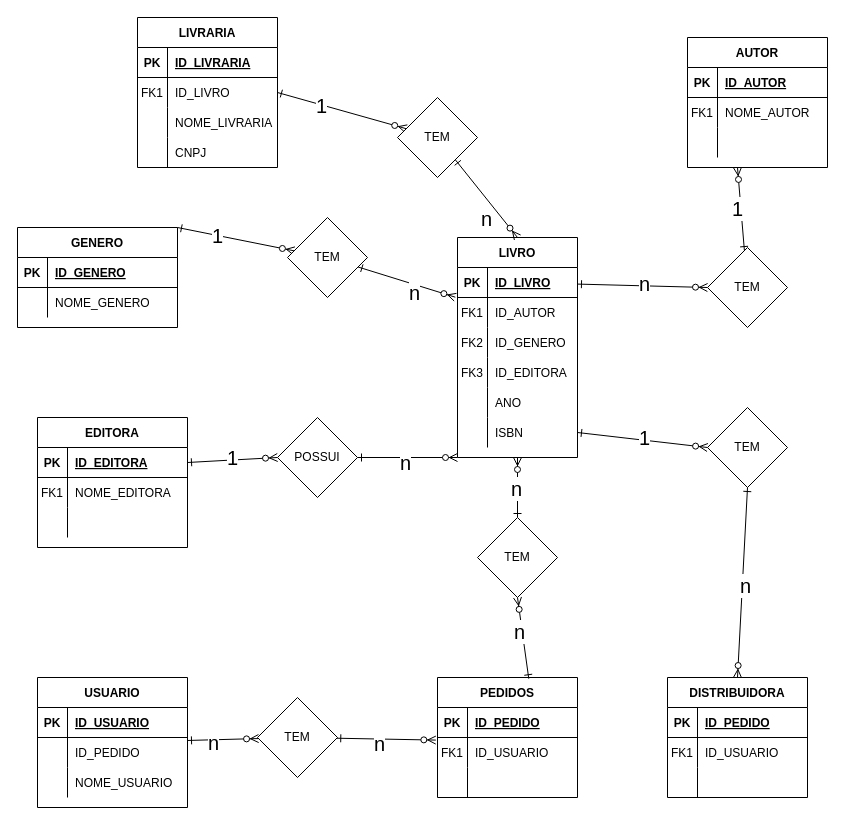
Earlier version of the draw.io diagram aula_2_dbr.drawio (adrianopspadilha/BDR-W). Source tidied: cells renumbered, new cells numbered last; positions are measured from the earlier drawing's top-left corner, leaving out a move shared by most shapes. Both pictures are drawn from the tidied source at 100%, with x=0, y=0 at pixel (17, 17).
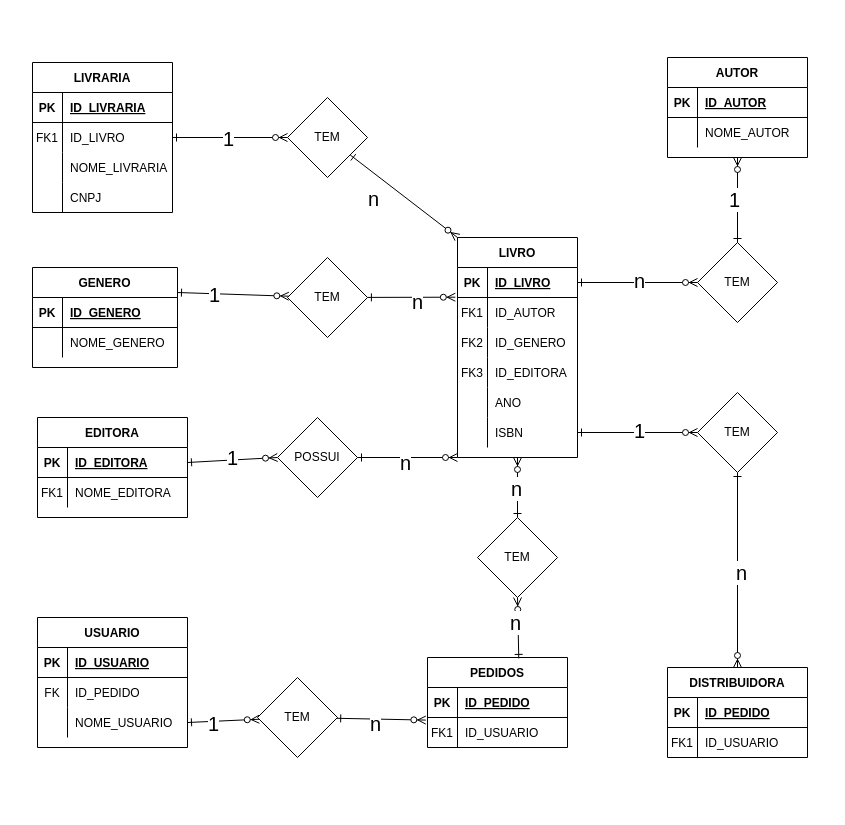
Above is the later version.

Unchanged cells that the change refers to:
```xml
<mxCell id="6" value="LIVRO" style="shape=table;startSize=30;childLayout=tableLayout;rowLines=0;fontStyle=1;align=center;" parent="1" vertex="1">
  <mxGeometry x="440" y="220" width="120" height="220" as="geometry" />
</mxCell>
<mxCell id="29" style="shape=partialRectangle;fillColor=none;top=0;left=0;right=0;bottom=0;" parent="25" vertex="1">
  <mxGeometry y="60" width="140" height="30" as="geometry" />
</mxCell>
<mxCell id="70" style="shape=partialRectangle;fillColor=none;top=0;left=0;right=0;bottom=0;" parent="66" vertex="1">
  <mxGeometry y="60" width="150" height="30" as="geometry" />
</mxCell>
<mxCell id="73" style="shape=partialRectangle;fillColor=none;points=[[0,0.5],[1,0.5]];portConstraint=eastwest;top=0;left=0;right=0;bottom=0;" parent="66" vertex="1">
  <mxGeometry y="90" width="150" height="30" as="geometry" />
</mxCell>
<mxCell id="119" style="endArrow=ERzeroToMany;startArrow=ERone;endFill=1;startFill=0;exitX=1;exitY=0.5;exitDx=0;exitDy=0;" parent="1" edge="1" source="98" target="121">
  <mxGeometry relative="1" as="geometry" />
</mxCell>
```

What changed in the source:
```diff
@@
-    <mxCell id="4" style="endArrow=ERzeroToMany;startArrow=ERone;endFill=1;startFill=0;" parent="1" edge="1" source="83">
-      <mxGeometry relative="1" as="geometry">
-        <mxPoint x="720" y="150" as="targetPoint" />
-      </mxGeometry>
+    <mxCell id="4" style="endArrow=ERzeroToMany;startArrow=ERone;endFill=1;startFill=0;entryX=0.5;entryY=1;entryDx=0;entryDy=0;" parent="1" edge="1" source="83" target="25">
+      <mxGeometry relative="1" as="geometry" />
     </mxCell>
@@
     <mxCell id="25" value="AUTOR" style="shape=table;startSize=30;childLayout=tableLayout;rowLines=0;fontStyle=1;align=center;" parent="1" vertex="1">
-      <mxGeometry x="670" y="20" width="140" height="130" as="geometry" />
+      <mxGeometry x="650" y="40" width="140" height="100" as="geometry" />
     </mxCell>
@@
-    <mxCell id="30" value="FK1" style="shape=partialRectangle;overflow=hidden;fillColor=none;top=0;left=0;bottom=0;right=0;" parent="29" vertex="1">
+    <mxCell id="30" style="shape=partialRectangle;overflow=hidden;fillColor=none;top=0;left=0;bottom=0;right=0;" parent="29" vertex="1">
       <mxGeometry width="30" height="30" as="geometry" />
     </mxCell>
@@
-    <mxCell id="32" style="shape=partialRectangle;fillColor=none;top=0;left=0;right=0;bottom=0;" parent="25" vertex="1">
-      <mxGeometry y="90" width="140" height="30" as="geometry" />
-    </mxCell>
-    <mxCell id="33" style="shape=partialRectangle;overflow=hidden;fillColor=none;top=0;left=0;bottom=0;right=0;" parent="32" vertex="1">
-      <mxGeometry width="30" height="30" as="geometry" />
-    </mxCell>
-    <mxCell id="34" style="shape=partialRectangle;overflow=hidden;fillColor=none;top=0;left=0;bottom=0;right=0;align=left;spacingLeft=6;" parent="32" vertex="1">
-      <mxGeometry x="30" width="110" height="30" as="geometry" />
-    </mxCell>
     <mxCell id="35" value="GENERO" style="shape=table;startSize=30;childLayout=tableLayout;rowLines=0;fontStyle=1;align=center;" parent="1" vertex="1">
-      <mxGeometry y="210" width="160" height="100" as="geometry" />
+      <mxGeometry x="15" y="250" width="145" height="100" as="geometry" />
     </mxCell>
     <mxCell id="36" style="shape=partialRectangle;fillColor=none;top=0;left=0;right=0;bottom=1;" parent="35" vertex="1">
-      <mxGeometry y="30" width="160" height="30" as="geometry" />
+      <mxGeometry y="30" width="145" height="30" as="geometry" />
     </mxCell>
@@
     <mxCell id="38" value="ID_GENERO" style="shape=partialRectangle;overflow=hidden;fillColor=none;top=0;left=0;bottom=0;right=0;align=left;spacingLeft=6;fontStyle=5;" parent="36" vertex="1">
-      <mxGeometry x="30" width="130" height="30" as="geometry" />
+      <mxGeometry x="30" width="115" height="30" as="geometry" />
     </mxCell>
     <mxCell id="39" style="shape=partialRectangle;fillColor=none;top=0;left=0;right=0;bottom=0;" parent="35" vertex="1">
-      <mxGeometry y="60" width="160" height="30" as="geometry" />
+      <mxGeometry y="60" width="145" height="30" as="geometry" />
     </mxCell>
@@
     <mxCell id="41" value="NOME_GENERO" style="shape=partialRectangle;overflow=hidden;fillColor=none;top=0;left=0;bottom=0;right=0;align=left;spacingLeft=6;" parent="39" vertex="1">
-      <mxGeometry x="30" width="130" height="30" as="geometry" />
+      <mxGeometry x="30" width="115" height="30" as="geometry" />
     </mxCell>
     <mxCell id="42" value="EDITORA" style="shape=table;startSize=30;childLayout=tableLayout;rowLines=0;fontStyle=1;align=center;" parent="1" vertex="1">
-      <mxGeometry x="20" y="400" width="150" height="130" as="geometry" />
+      <mxGeometry x="20" y="400" width="150" height="100" as="geometry" />
     </mxCell>
@@
-    <mxCell id="49" style="shape=partialRectangle;fillColor=none;top=0;left=0;right=0;bottom=0;" parent="42" vertex="1">
-      <mxGeometry y="90" width="150" height="30" as="geometry" />
-    </mxCell>
-    <mxCell id="50" style="shape=partialRectangle;overflow=hidden;fillColor=none;top=0;left=0;bottom=0;right=0;" parent="49" vertex="1">
-      <mxGeometry width="30" height="30" as="geometry" />
-    </mxCell>
-    <mxCell id="51" style="shape=partialRectangle;overflow=hidden;fillColor=none;top=0;left=0;bottom=0;right=0;align=left;spacingLeft=6;" parent="49" vertex="1">
-      <mxGeometry x="30" width="120" height="30" as="geometry" />
-    </mxCell>
     <mxCell id="52" value="PEDIDOS" style="shape=table;startSize=30;childLayout=tableLayout;rowLines=0;fontStyle=1;align=center;" parent="1" vertex="1">
-      <mxGeometry x="420" y="660" width="140" height="120" as="geometry" />
+      <mxGeometry x="410" y="640" width="140" height="90" as="geometry" />
     </mxCell>
@@
-    <mxCell id="59" style="shape=partialRectangle;fillColor=none;top=0;left=0;right=0;bottom=0;" parent="52" vertex="1">
-      <mxGeometry y="90" width="140" height="30" as="geometry" />
-    </mxCell>
-    <mxCell id="60" style="shape=partialRectangle;overflow=hidden;fillColor=none;top=0;left=0;bottom=0;right=0;" parent="59" vertex="1">
-      <mxGeometry width="30" height="30" as="geometry" />
-    </mxCell>
-    <mxCell id="61" style="shape=partialRectangle;overflow=hidden;fillColor=none;top=0;left=0;bottom=0;right=0;align=left;spacingLeft=6;" parent="59" vertex="1">
-      <mxGeometry x="30" width="110" height="30" as="geometry" />
-    </mxCell>
@@
     <mxCell id="66" value="USUARIO" style="shape=table;startSize=30;childLayout=tableLayout;rowLines=0;fontStyle=1;align=center;" parent="1" vertex="1">
-      <mxGeometry x="20" y="660" width="150" height="130" as="geometry" />
+      <mxGeometry x="20" y="600" width="150" height="130" as="geometry" />
     </mxCell>
@@
-    <mxCell id="71" style="shape=partialRectangle;overflow=hidden;fillColor=none;top=0;left=0;bottom=0;right=0;" parent="70" vertex="1">
+    <mxCell id="71" value="FK" style="shape=partialRectangle;overflow=hidden;fillColor=none;top=0;left=0;bottom=0;right=0;" parent="70" vertex="1">
       <mxGeometry width="30" height="30" as="geometry" />
     </mxCell>
@@
-    <mxCell id="78" style="endArrow=ERzeroToMany;startArrow=ERone;endFill=1;startFill=0;exitX=1;exitY=0;exitDx=0;exitDy=0;" parent="1" edge="1" source="35" target="80">
+    <mxCell id="78" style="endArrow=ERzeroToMany;startArrow=ERone;endFill=1;startFill=0;exitX=1;exitY=0.25;exitDx=0;exitDy=0;" parent="1" edge="1" source="35" target="80">
       <mxGeometry relative="1" as="geometry" />
     </mxCell>
@@
     <mxCell id="80" value="TEM" style="rhombus;whiteSpace=wrap;html=1;" parent="1" vertex="1">
-      <mxGeometry x="270" y="200" width="80" height="80" as="geometry" />
+      <mxGeometry x="270" y="240" width="80" height="80" as="geometry" />
     </mxCell>
@@
     <mxCell id="83" value="TEM" style="rhombus;whiteSpace=wrap;html=1;" parent="1" vertex="1">
-      <mxGeometry x="690" y="230" width="80" height="80" as="geometry" />
+      <mxGeometry x="680" y="225" width="80" height="80" as="geometry" />
     </mxCell>
@@
-    <mxCell id="90" style="endArrow=ERzeroToMany;startArrow=ERone;endFill=1;startFill=0;" parent="1" edge="1" source="66" target="92">
+    <mxCell id="90" style="endArrow=ERzeroToMany;startArrow=ERone;endFill=1;startFill=0;exitX=1;exitY=0.5;exitDx=0;exitDy=0;" parent="1" edge="1" source="73" target="92">
       <mxGeometry relative="1" as="geometry" />
     </mxCell>
-    <mxCell id="91" value="n" style="edgeLabel;html=1;align=center;verticalAlign=middle;fontSize=20;" parent="90" vertex="1">
+    <mxCell id="91" value="1" style="edgeLabel;html=1;align=center;verticalAlign=middle;fontSize=20;" parent="90" vertex="1">
       <mxGeometry x="-0.31" y="-2" relative="1" as="geometry" />
     </mxCell>
     <mxCell id="92" value="TEM" style="rhombus;whiteSpace=wrap;html=1;" parent="1" vertex="1">
-      <mxGeometry x="240" y="680" width="80" height="80" as="geometry" />
+      <mxGeometry x="240" y="660" width="80" height="80" as="geometry" />
     </mxCell>
@@
     <mxCell id="94" value="LIVRARIA" style="shape=table;startSize=30;childLayout=tableLayout;rowLines=0;fontStyle=1;align=center;" parent="1" vertex="1">
-      <mxGeometry x="120" width="140" height="150" as="geometry" />
+      <mxGeometry x="15" y="45" width="140" height="150" as="geometry" />
     </mxCell>
@@
     <mxCell id="107" value="DISTRIBUIDORA" style="shape=table;startSize=30;childLayout=tableLayout;rowLines=0;fontStyle=1;align=center;" parent="1" vertex="1">
-      <mxGeometry x="650" y="660" width="140" height="120" as="geometry" />
+      <mxGeometry x="650" y="650" width="140" height="90" as="geometry" />
     </mxCell>
@@
-    <mxCell id="114" style="shape=partialRectangle;fillColor=none;top=0;left=0;right=0;bottom=0;" parent="107" vertex="1">
-      <mxGeometry y="90" width="140" height="30" as="geometry" />
-    </mxCell>
-    <mxCell id="115" style="shape=partialRectangle;overflow=hidden;fillColor=none;top=0;left=0;bottom=0;right=0;" parent="114" vertex="1">
-      <mxGeometry width="30" height="30" as="geometry" />
-    </mxCell>
-    <mxCell id="116" style="shape=partialRectangle;overflow=hidden;fillColor=none;top=0;left=0;bottom=0;right=0;align=left;spacingLeft=6;" parent="114" vertex="1">
-      <mxGeometry x="30" width="110" height="30" as="geometry" />
-    </mxCell>
-    <mxCell id="117" style="endArrow=ERzeroToMany;startArrow=ERone;endFill=1;startFill=0;entryX=0.5;entryY=0;entryDx=0;entryDy=0;" parent="1" edge="1" source="121" target="6">
+    <mxCell id="117" style="endArrow=ERzeroToMany;startArrow=ERone;endFill=1;startFill=0;entryX=0;entryY=0;entryDx=0;entryDy=0;" parent="1" edge="1" source="121" target="6">
       <mxGeometry relative="1" as="geometry" />
     </mxCell>
     <mxCell id="118" value="n" style="edgeLabel;html=1;align=center;verticalAlign=middle;fontSize=20;" parent="117" vertex="1">
       <mxGeometry x="0.42" y="-2" relative="1" as="geometry">
-        <mxPoint x="-12" y="2" as="offset" />
+        <mxPoint x="-52" y="-17" as="offset" />
       </mxGeometry>
     </mxCell>
@@
     <mxCell id="120" value="1" style="edgeLabel;html=1;align=center;verticalAlign=middle;fontSize=20;" parent="119" vertex="1">
-      <mxGeometry x="-0.33" relative="1" as="geometry" />
+      <mxGeometry x="-0.33" relative="1" as="geometry">
+        <mxPoint x="16" as="offset" />
+      </mxGeometry>
     </mxCell>
     <mxCell id="121" value="TEM" style="rhombus;whiteSpace=wrap;html=1;" parent="1" vertex="1">
-      <mxGeometry x="380" y="80" width="80" height="80" as="geometry" />
+      <mxGeometry x="270" y="80" width="80" height="80" as="geometry" />
     </mxCell>
     <mxCell id="122" value="TEM" style="rhombus;whiteSpace=wrap;html=1;" parent="1" vertex="1">
-      <mxGeometry x="690" y="390" width="80" height="80" as="geometry" />
+      <mxGeometry x="680" y="375" width="80" height="80" as="geometry" />
     </mxCell>
```
